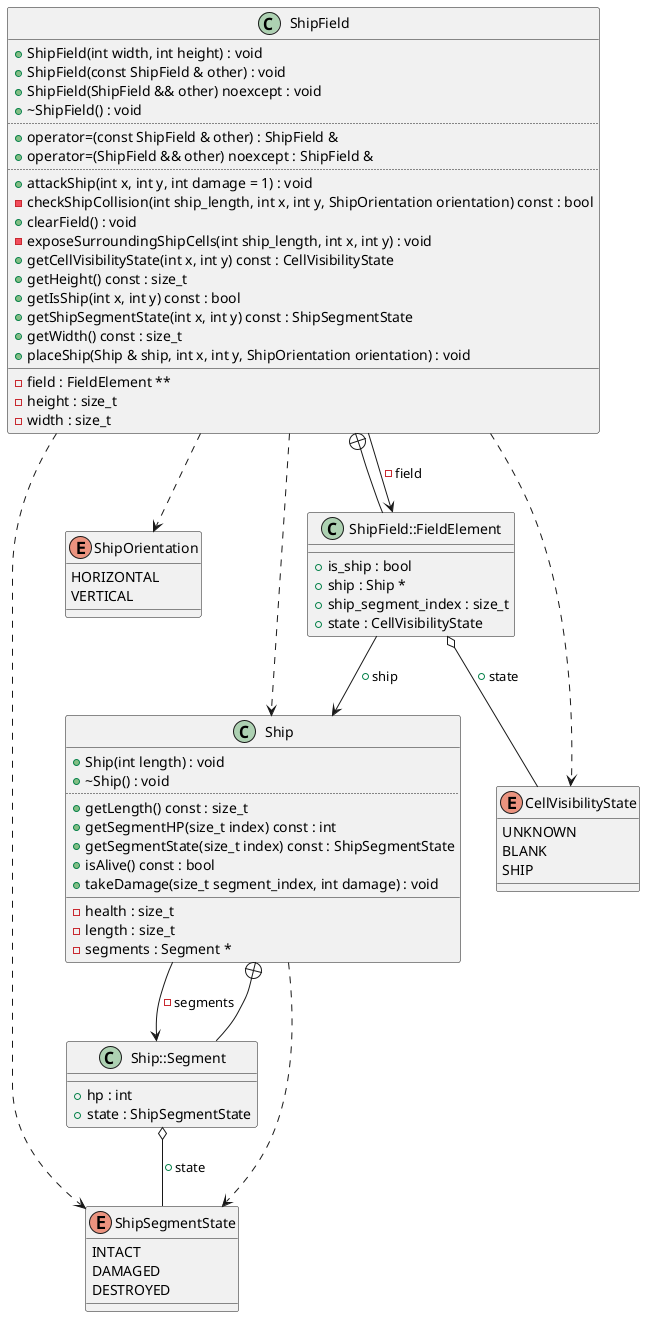
Before: diagrams/ShipField.png, a diagram exported from PlantUML (Rennelv/ships).
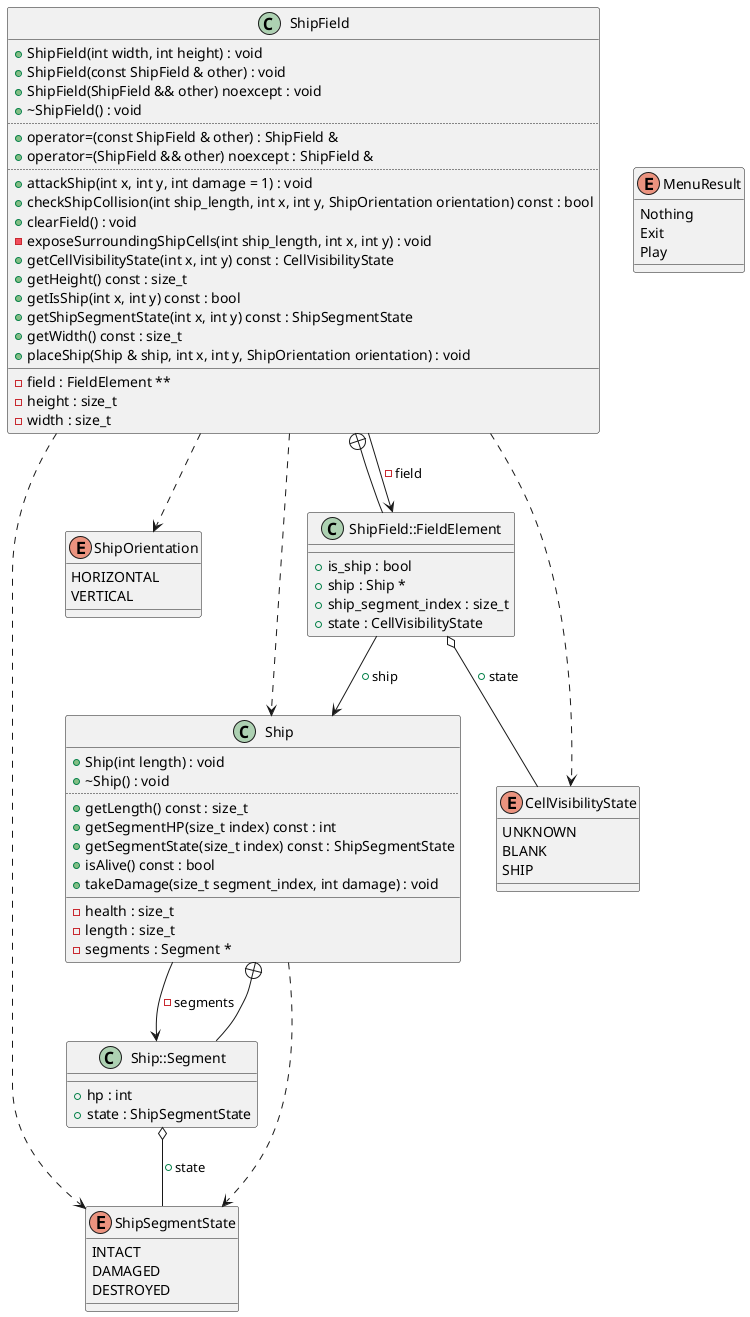
Later version of the same file.

Diff of the diagram source:
```diff
@@ -15,6 +15,12 @@
 UNKNOWN
 BLANK
 SHIP
+}
+enum "MenuResult" as C_0000336692914646176741
+enum C_0000336692914646176741 {
+Nothing
+Exit
+Play
 }
 class "Ship" as C_0014529657433315016423
 class C_0014529657433315016423 {
@@ -48,7 +54,7 @@
 +operator=(ShipField && other) noexcept : ShipField &
 ..
 +attackShip(int x, int y, int damage = 1) : void
--checkShipCollision(int ship_length, int x, int y, ShipOrientation orientation) const : bool
++checkShipCollision(int ship_length, int x, int y, ShipOrientation orientation) const : bool
 +clearField() : void
 -exposeSurroundingShipCells(int ship_length, int x, int y) : void
 +getCellVisibilityState(int x, int y) const : CellVisibilityState
```
